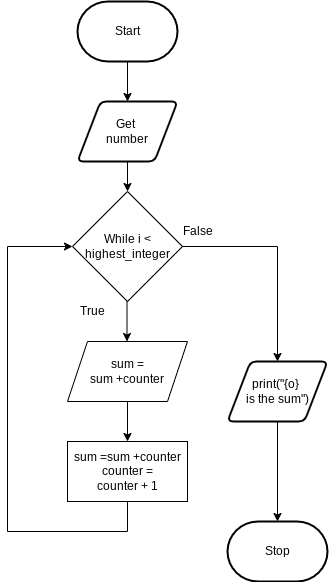
Huzaifa-Khalid-2/ICS3U-Unit4-01-Python keeps this draw.io diagram as flowchart.png. Above is the earlier version. Source tidied: cells renumbered, new cells last; positions are measured from the earlier drawing's top-left corner, leaving out a move shared by most shapes.
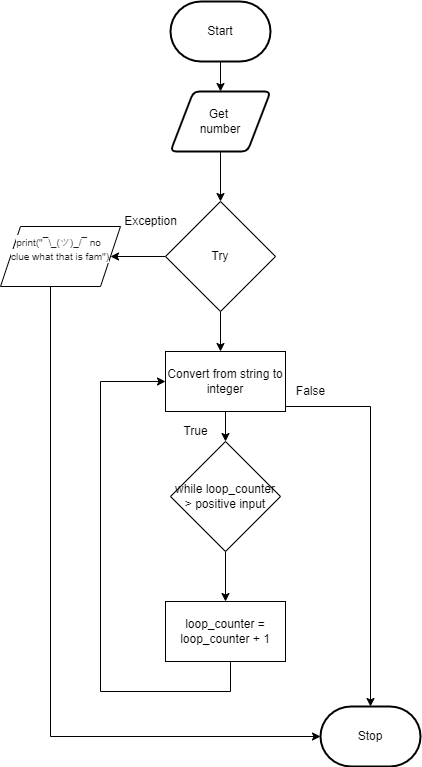
Above is the later version.

Change to the diagram source:
```diff
@@ -2,69 +2,85 @@
   <root>
     <mxCell id="0" />
     <mxCell id="1" parent="0" />
-    <mxCell id="2" style="edgeStyle=none;html=1;" parent="1" edge="1" source="3" target="5">
-      <mxGeometry relative="1" as="geometry" />
-    </mxCell>
-    <mxCell id="3" value="Start" style="strokeWidth=2;html=1;shape=mxgraph.flowchart.terminator;whiteSpace=wrap;" parent="1" vertex="1">
-      <mxGeometry x="70" width="100" height="60" as="geometry" />
-    </mxCell>
-    <mxCell id="4" style="edgeStyle=none;html=1;" parent="1" edge="1" source="5">
-      <mxGeometry relative="1" as="geometry">
-        <mxPoint x="120" y="190" as="targetPoint" />
-      </mxGeometry>
-    </mxCell>
+    <mxCell id="18" style="edgeStyle=none;html=1;entryX=0.5;entryY=0;entryDx=0;entryDy=0;" parent="1" edge="1" source="5" target="21">
+      <mxGeometry relative="1" as="geometry" />
+    </mxCell>
     <mxCell id="5" value="Get &lt;br&gt;number" style="shape=parallelogram;html=1;strokeWidth=2;perimeter=parallelogramPerimeter;whiteSpace=wrap;rounded=1;arcSize=12;size=0.23;" parent="1" vertex="1">
-      <mxGeometry x="70" y="100" width="100" height="60" as="geometry" />
+      <mxGeometry x="70" y="-70" width="100" height="60" as="geometry" />
     </mxCell>
-    <mxCell id="6" style="edgeStyle=none;html=1;" parent="1" edge="1" source="7" target="8">
-      <mxGeometry relative="1" as="geometry" />
-    </mxCell>
-    <mxCell id="7" value="print(&quot;{o} &lt;br&gt;is the sum&quot;)" style="shape=parallelogram;html=1;strokeWidth=2;perimeter=parallelogramPerimeter;whiteSpace=wrap;rounded=1;arcSize=12;size=0.23;" parent="1" vertex="1">
-      <mxGeometry x="220" y="360" width="100" height="60" as="geometry" />
-    </mxCell>
     <mxCell id="8" value="Stop" style="strokeWidth=2;html=1;shape=mxgraph.flowchart.terminator;whiteSpace=wrap;" parent="1" vertex="1">
-      <mxGeometry x="220" y="520" width="100" height="60" as="geometry" />
+      <mxGeometry x="220" y="545" width="100" height="60" as="geometry" />
     </mxCell>
-    <mxCell id="9" value="While i &amp;lt; highest_integer" style="rhombus;whiteSpace=wrap;html=1;" parent="1" vertex="1">
-      <mxGeometry x="65" y="190" width="110" height="110" as="geometry" />
-    </mxCell>
-    <mxCell id="10" style="edgeStyle=none;html=1;" parent="1" edge="1">
-      <mxGeometry relative="1" as="geometry">
-        <mxPoint x="119.5" y="300" as="sourcePoint" />
-        <mxPoint x="119.5" y="340" as="targetPoint" />
-      </mxGeometry>
-    </mxCell>
-    <mxCell id="11" style="edgeStyle=elbowEdgeStyle;html=1;elbow=vertical;entryX=0.5;entryY=0;entryDx=0;entryDy=0;rounded=0;exitX=1;exitY=0.5;exitDx=0;exitDy=0;" parent="1" edge="1" source="9" target="7">
+    <mxCell id="11" style="edgeStyle=elbowEdgeStyle;html=1;elbow=vertical;entryX=0.5;entryY=0;entryDx=0;entryDy=0;rounded=0;exitX=1;exitY=0.5;exitDx=0;exitDy=0;entryPerimeter=0;" parent="1" edge="1" target="8">
       <mxGeometry relative="1" as="geometry">
+        <mxPoint x="175" y="245" as="sourcePoint" />
         <Array as="points">
           <mxPoint x="220" y="245" />
         </Array>
       </mxGeometry>
     </mxCell>
-    <mxCell id="12" value="&lt;span&gt;sum =sum +counter&lt;br&gt;&lt;/span&gt;counter =&lt;br&gt;counter + 1&lt;span&gt;&lt;br&gt;&lt;/span&gt;" style="rounded=0;whiteSpace=wrap;html=1;" parent="1" vertex="1">
-      <mxGeometry x="60" y="440" width="120" height="60" as="geometry" />
+    <mxCell id="12" value="&lt;span&gt;loop_counter = loop_counter + 1&lt;br&gt;&lt;/span&gt;" style="rounded=0;whiteSpace=wrap;html=1;" parent="1" vertex="1">
+      <mxGeometry x="65" y="440" width="120" height="60" as="geometry" />
     </mxCell>
-    <mxCell id="13" style="edgeStyle=orthogonalEdgeStyle;rounded=0;html=1;entryX=0;entryY=0.5;entryDx=0;entryDy=0;" parent="1" edge="1" target="9">
+    <mxCell id="13" style="edgeStyle=orthogonalEdgeStyle;rounded=0;html=1;entryX=0;entryY=0.5;entryDx=0;entryDy=0;" parent="1" edge="1" target="23">
       <mxGeometry relative="1" as="geometry">
         <mxPoint x="120" y="500" as="sourcePoint" />
         <Array as="points">
-          <mxPoint x="120" y="530" />
+          <mxPoint x="130" y="500" />
+          <mxPoint x="130" y="530" />
           <mxPoint y="530" />
-          <mxPoint y="245" />
+          <mxPoint y="220" />
         </Array>
       </mxGeometry>
     </mxCell>
     <mxCell id="14" value="False" style="text;html=1;align=center;verticalAlign=middle;strokeColor=none;fillColor=none;" parent="1" vertex="1">
-      <mxGeometry x="165" y="220" width="50" height="20" as="geometry" />
+      <mxGeometry x="185" y="220" width="50" height="20" as="geometry" />
     </mxCell>
+    <mxCell id="2" style="edgeStyle=none;html=1;entryX=0.5;entryY=0;entryDx=0;entryDy=0;" parent="1" edge="1" source="3" target="5">
+      <mxGeometry relative="1" as="geometry" />
+    </mxCell>
+    <mxCell id="3" value="Start" style="strokeWidth=2;html=1;shape=mxgraph.flowchart.terminator;whiteSpace=wrap;" parent="1" vertex="1">
+      <mxGeometry x="70" y="-160" width="100" height="60" as="geometry" />
+    </mxCell>
+    <mxCell id="19" style="edgeStyle=none;html=1;entryX=0.5;entryY=0;entryDx=0;entryDy=0;" parent="1" edge="1" source="21">
+      <mxGeometry relative="1" as="geometry">
+        <mxPoint x="120" y="190" as="targetPoint" />
+      </mxGeometry>
+    </mxCell>
+    <mxCell id="20" style="edgeStyle=orthogonalEdgeStyle;rounded=0;html=1;" parent="1" edge="1" source="21" target="27">
+      <mxGeometry relative="1" as="geometry" />
+    </mxCell>
+    <mxCell id="21" value="Try" style="rhombus;whiteSpace=wrap;html=1;" parent="1" vertex="1">
+      <mxGeometry x="65" y="40" width="110" height="110" as="geometry" />
+    </mxCell>
+    <mxCell id="22" style="edgeStyle=none;html=1;" parent="1" edge="1" source="23" target="25">
+      <mxGeometry relative="1" as="geometry" />
+    </mxCell>
+    <mxCell id="23" value="&lt;span&gt;Convert from string to integer&lt;br&gt;&lt;/span&gt;" style="rounded=0;whiteSpace=wrap;html=1;" parent="1" vertex="1">
+      <mxGeometry x="65" y="190" width="120" height="60" as="geometry" />
+    </mxCell>
+    <mxCell id="24" style="edgeStyle=none;html=1;" parent="1" edge="1" source="25" target="12">
+      <mxGeometry relative="1" as="geometry" />
+    </mxCell>
+    <mxCell id="25" value="while loop_counter &amp;gt; positive input" style="rhombus;whiteSpace=wrap;html=1;" parent="1" vertex="1">
+      <mxGeometry x="70" y="280" width="110" height="110" as="geometry" />
+    </mxCell>
     <mxCell id="15" value="True" style="text;html=1;align=center;verticalAlign=middle;strokeColor=none;fillColor=none;" parent="1" vertex="1">
-      <mxGeometry x="65" y="300" width="40" height="20" as="geometry" />
+      <mxGeometry x="75" y="260" width="40" height="20" as="geometry" />
     </mxCell>
-    <mxCell id="16" style="edgeStyle=orthogonalEdgeStyle;rounded=0;html=1;" parent="1" edge="1" source="17" target="12">
-      <mxGeometry relative="1" as="geometry" />
-    </mxCell>
-    <mxCell id="17" value="sum =&lt;br&gt;sum +counter" style="shape=parallelogram;perimeter=parallelogramPerimeter;whiteSpace=wrap;html=1;fixedSize=1;" parent="1" vertex="1">
-      <mxGeometry x="60" y="340" width="120" height="60" as="geometry" />
-    </mxCell>
+    <mxCell id="26" style="edgeStyle=elbowEdgeStyle;rounded=0;html=1;fontSize=10;entryX=0;entryY=0.5;entryDx=0;entryDy=0;entryPerimeter=0;" parent="1" edge="1" source="27" target="8">
+      <mxGeometry relative="1" as="geometry">
+        <Array as="points">
+          <mxPoint x="-50" y="150" />
+          <mxPoint x="-40" y="190" />
+        </Array>
+      </mxGeometry>
+    </mxCell>
+    <mxCell id="27" value="&lt;span id=&quot;docs-internal-guid-19b71a2f-7fff-7871-aa85-9836926f7299&quot;&gt;&lt;span style=&quot;font-family: &amp;#34;arial&amp;#34; ; color: rgb(32 , 33 , 36) ; background-color: rgb(255 , 255 , 255) ; vertical-align: baseline&quot;&gt;&lt;font style=&quot;font-size: 10px&quot;&gt;print(&quot;¯\_(ツ)_/¯ no &lt;br&gt;clue what that is fam&quot;)&lt;br&gt;&lt;br&gt;&lt;/font&gt;&lt;/span&gt;&lt;/span&gt;" style="shape=parallelogram;perimeter=parallelogramPerimeter;whiteSpace=wrap;html=1;fixedSize=1;" parent="1" vertex="1">
+      <mxGeometry x="-100" y="65" width="120" height="60" as="geometry" />
+    </mxCell>
+    <mxCell id="28" value="Exception" style="text;html=1;align=center;verticalAlign=middle;strokeColor=none;fillColor=none;" parent="1" vertex="1">
+      <mxGeometry x="15" y="50" width="70" height="20" as="geometry" />
+    </mxCell>
   </root>
 </mxGraphModel>
```
